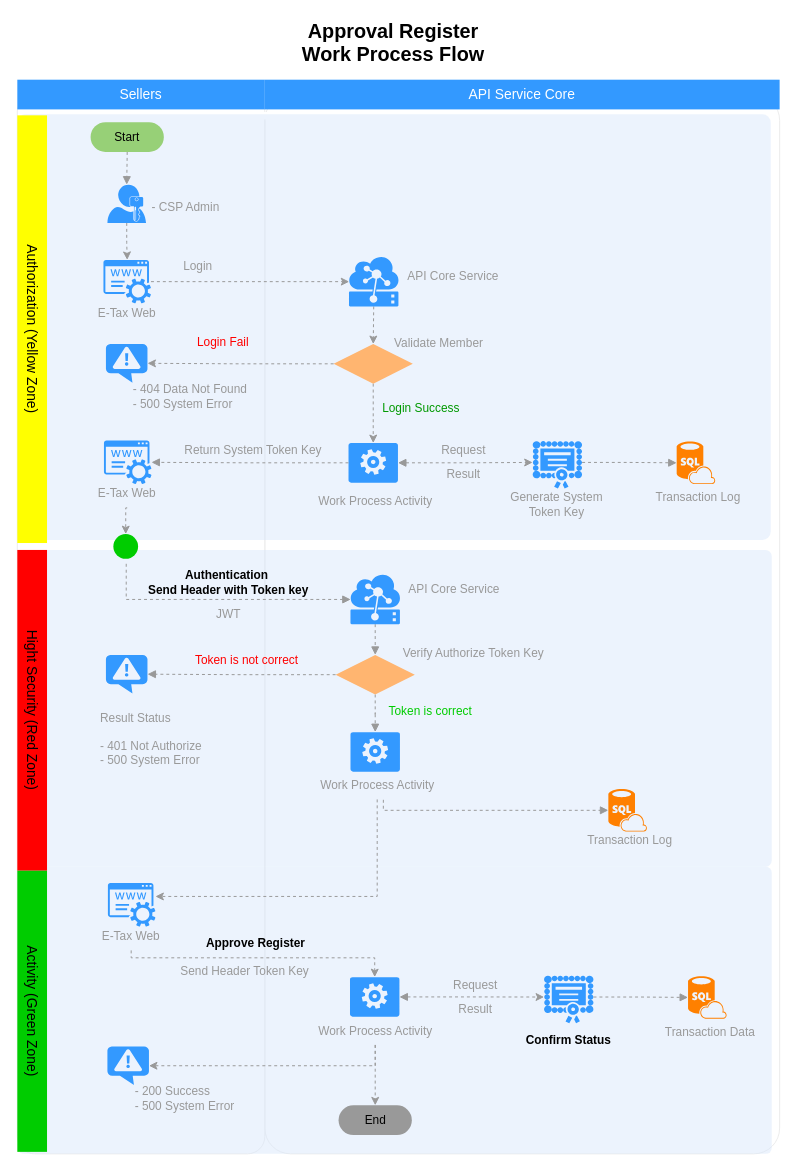
Before: Approval Register.drawio in nirawat/eTax, a draw.io diagram. Source tidied: cells renumbered, new cells numbered last; positions are measured from the earlier drawing's top-left corner, leaving out a move shared by most shapes. Both pictures are drawn from the tidied source at 99%, with x=0, y=0 at pixel (-182, 17).
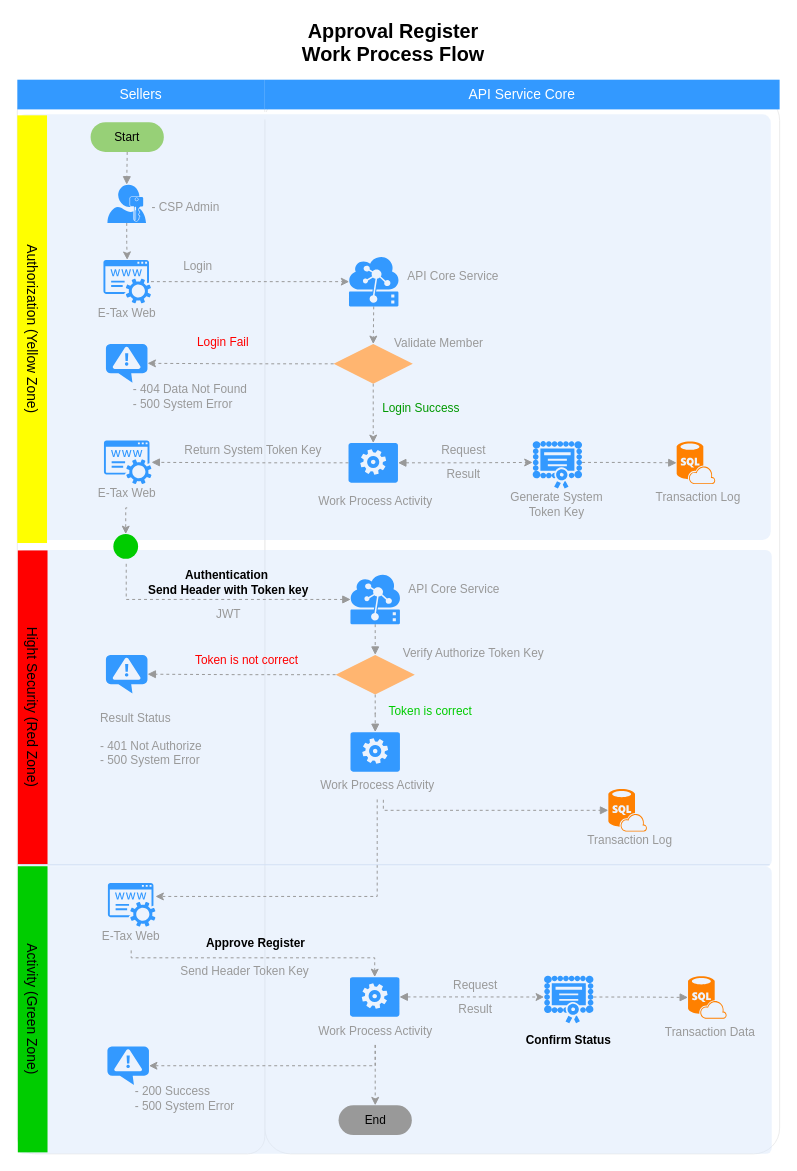
The same page after the edit.

Change to the diagram source:
```diff
@@
     <mxCell id="59" value="Hight Security (Red Zone)" style="whiteSpace=wrap;html=1;dashed=1;strokeColor=none;strokeWidth=2;fillColor=#FF0000;fontFamily=Helvetica;fontSize=14;fontColor=#000000;fontStyle=0;rotation=90;" parent="1" vertex="1">
-      <mxGeometry x="54" y="685" width="324" height="30" as="geometry" />
+      <mxGeometry x="58" y="682" width="317" height="30" as="geometry" />
     </mxCell>
@@
     <mxCell id="71" value="Activity (Green Zone)" style="whiteSpace=wrap;html=1;dashed=1;strokeColor=none;strokeWidth=2;fillColor=#00CC00;fontFamily=Helvetica;fontSize=14;fontColor=#000000;fontStyle=0;rotation=90;" parent="1" vertex="1">
-      <mxGeometry x="74" y="989" width="284" height="30" as="geometry" />
+      <mxGeometry x="72" y="987" width="289" height="30" as="geometry" />
     </mxCell>
@@
+    <mxCell id="103" style="endArrow=none;html=1;strokeColor=#D4E1F5;fontColor=#000000;" parent="1" edge="1">
+      <mxGeometry relative="1" as="geometry">
+        <mxPoint x="201" y="856" as="sourcePoint" />
+        <mxPoint x="961" y="856" as="targetPoint" />
+      </mxGeometry>
+    </mxCell>
```
